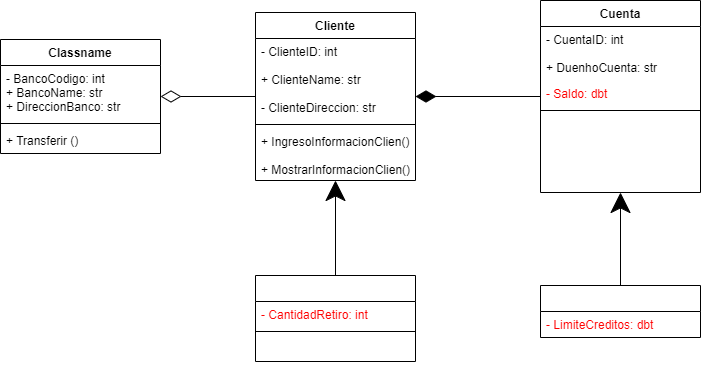
Alejandr0-Castillo/EjerciciosModelado keeps this draw.io diagram as Taller 3/Taller3.drawio.png. Above is the earlier version. Source tidied: cells renumbered, new cells last; positions are measured from the earlier drawing's top-left corner, leaving out a move shared by most shapes. The source it was exported from:
```xml
<mxGraphModel>
  <root>
    <mxCell id="0" />
    <mxCell id="1" parent="0" />
    <mxCell id="2" style="edgeStyle=none;html=1;fontColor=#FF0000;endArrow=diamondThin;endFill=1;endSize=18;" parent="1" edge="1" source="3" target="10">
      <mxGeometry relative="1" as="geometry" />
    </mxCell>
    <mxCell id="3" value="Cuenta" style="swimlane;fontStyle=1;align=center;verticalAlign=top;horizontal=1;startSize=26;" parent="1" vertex="1">
      <mxGeometry x="540" width="160" height="192" as="geometry" />
    </mxCell>
    <mxCell id="4" value="- CuentaID: int&#10;&#10;+ DuenhoCuenta: str&#10;&#10;" style="text;strokeColor=none;fillColor=none;align=left;verticalAlign=top;spacingLeft=4;spacingRight=4;overflow=hidden;" parent="3" vertex="1">
      <mxGeometry y="26" width="160" height="54" as="geometry" />
    </mxCell>
    <mxCell id="5" value="- Saldo: dbt" style="text;strokeColor=none;fillColor=none;align=left;verticalAlign=top;spacingLeft=4;spacingRight=4;overflow=hidden;fontColor=#FF0000;" parent="3" vertex="1">
      <mxGeometry y="80" width="160" height="26" as="geometry" />
    </mxCell>
    <mxCell id="6" style="line;strokeWidth=1;fillColor=none;align=left;verticalAlign=middle;spacingTop=-1;spacingLeft=3;spacingRight=3;labelPosition=right;strokeColor=inherit;" parent="3" vertex="1">
      <mxGeometry y="106" width="160" height="8" as="geometry" />
    </mxCell>
    <mxCell id="7" value="+ ConsultarSaldo ()&#10;&#10;+ DepositarDinero ()&#10;" style="text;strokeColor=none;fillColor=none;align=left;verticalAlign=top;spacingLeft=4;spacingRight=4;overflow=hidden;fontColor=#FFFFFF;" parent="3" vertex="1">
      <mxGeometry y="114" width="160" height="52" as="geometry" />
    </mxCell>
    <mxCell id="8" value="+ RetirarDinero ()" style="text;strokeColor=none;fillColor=none;align=left;verticalAlign=top;spacingLeft=4;spacingRight=4;overflow=hidden;fontColor=#FFFFFF;" parent="3" vertex="1">
      <mxGeometry y="166" width="160" height="26" as="geometry" />
    </mxCell>
    <mxCell id="9" style="edgeStyle=none;html=1;fontColor=#FF0000;endArrow=diamondThin;endFill=0;endSize=18;" parent="1" edge="1" source="10" target="15">
      <mxGeometry relative="1" as="geometry" />
    </mxCell>
    <mxCell id="10" value="Cliente" style="swimlane;fontStyle=1;align=center;verticalAlign=top;horizontal=1;startSize=26;" parent="1" vertex="1">
      <mxGeometry x="255" y="12" width="160" height="168" as="geometry" />
    </mxCell>
    <mxCell id="11" value="- ClienteID: int&#10;&#10;+ ClienteName: str&#10;&#10;- ClienteDireccion: str" style="text;strokeColor=none;fillColor=none;align=left;verticalAlign=top;spacingLeft=4;spacingRight=4;overflow=hidden;" parent="10" vertex="1">
      <mxGeometry y="26" width="160" height="82" as="geometry" />
    </mxCell>
    <mxCell id="12" style="line;strokeWidth=1;fillColor=none;align=left;verticalAlign=middle;spacingTop=-1;spacingLeft=3;spacingRight=3;labelPosition=right;strokeColor=inherit;" parent="10" vertex="1">
      <mxGeometry y="108" width="160" height="8" as="geometry" />
    </mxCell>
    <mxCell id="13" value="+ IngresoInformacionClien()&#10;&#10;+ MostrarInformacionClien()" style="text;strokeColor=none;fillColor=none;align=left;verticalAlign=top;spacingLeft=4;spacingRight=4;overflow=hidden;" parent="10" vertex="1">
      <mxGeometry y="116" width="160" height="52" as="geometry" />
    </mxCell>
    <mxCell id="14" style="edgeStyle=none;html=1;fontColor=#FF0000;endArrow=classic;endFill=1;endSize=18;" parent="1" edge="1" source="22" target="10">
      <mxGeometry relative="1" as="geometry" />
    </mxCell>
    <mxCell id="15" value="Classname" style="swimlane;fontStyle=1;align=center;verticalAlign=top;horizontal=1;startSize=26;" parent="1" vertex="1">
      <mxGeometry y="39" width="160" height="114" as="geometry" />
    </mxCell>
    <mxCell id="16" value="- BancoCodigo: int&#10;+ BancoName: str&#10;+ DireccionBanco: str" style="text;strokeColor=none;fillColor=none;align=left;verticalAlign=top;spacingLeft=4;spacingRight=4;overflow=hidden;" parent="15" vertex="1">
      <mxGeometry y="26" width="160" height="54" as="geometry" />
    </mxCell>
    <mxCell id="17" style="line;strokeWidth=1;fillColor=none;align=left;verticalAlign=middle;spacingTop=-1;spacingLeft=3;spacingRight=3;labelPosition=right;strokeColor=inherit;" parent="15" vertex="1">
      <mxGeometry y="80" width="160" height="8" as="geometry" />
    </mxCell>
    <mxCell id="18" value="+ Transferir ()" style="text;strokeColor=none;fillColor=none;align=left;verticalAlign=top;spacingLeft=4;spacingRight=4;overflow=hidden;" parent="15" vertex="1">
      <mxGeometry y="88" width="160" height="26" as="geometry" />
    </mxCell>
    <mxCell id="19" style="edgeStyle=none;html=1;fontColor=#FF0000;endArrow=classic;endFill=1;endSize=18;" parent="1" edge="1" source="20" target="3">
      <mxGeometry relative="1" as="geometry" />
    </mxCell>
    <mxCell id="20" value="Cuenta Corriente" style="swimlane;fontStyle=1;align=center;verticalAlign=top;horizontal=1;startSize=26;fontColor=#FFFFFF;" parent="1" vertex="1">
      <mxGeometry x="540" y="285" width="160" height="52" as="geometry" />
    </mxCell>
    <mxCell id="21" value="- LimiteCreditos: dbt" style="text;strokeColor=none;fillColor=none;align=left;verticalAlign=top;spacingLeft=4;spacingRight=4;overflow=hidden;fontColor=#FF0000;" parent="20" vertex="1">
      <mxGeometry y="26" width="160" height="26" as="geometry" />
    </mxCell>
    <mxCell id="22" value="Cuenta de Ahorro" style="swimlane;fontStyle=1;align=center;verticalAlign=top;horizontal=1;startSize=26;labelBorderColor=none;fontColor=#FFFFFF;" parent="1" vertex="1">
      <mxGeometry x="255" y="275" width="160" height="86" as="geometry" />
    </mxCell>
    <mxCell id="23" value="- CantidadRetiro: int" style="text;align=left;verticalAlign=top;spacingLeft=4;spacingRight=4;overflow=hidden;fontColor=#FF0000;" parent="22" vertex="1">
      <mxGeometry y="26" width="160" height="26" as="geometry" />
    </mxCell>
    <mxCell id="24" style="line;strokeWidth=1;fillColor=none;align=left;verticalAlign=middle;spacingTop=-1;spacingLeft=3;spacingRight=3;labelPosition=right;strokeColor=inherit;labelBorderColor=none;fontColor=none;" parent="22" vertex="1">
      <mxGeometry y="52" width="160" height="8" as="geometry" />
    </mxCell>
    <mxCell id="25" value="+ Retiro ()" style="text;strokeColor=none;fillColor=none;align=left;verticalAlign=top;spacingLeft=4;spacingRight=4;overflow=hidden;fontColor=#FFFFFF;labelBorderColor=none;" parent="22" vertex="1">
      <mxGeometry y="60" width="160" height="26" as="geometry" />
    </mxCell>
  </root>
</mxGraphModel>
```
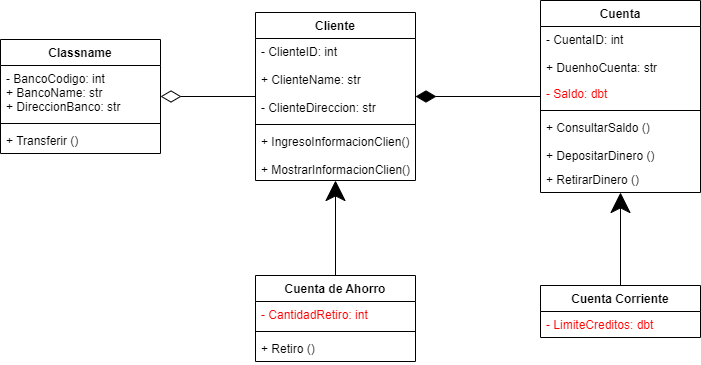
After the change.

Diff of the diagram source:
```diff
@@ -17,10 +17,10 @@
     <mxCell id="6" style="line;strokeWidth=1;fillColor=none;align=left;verticalAlign=middle;spacingTop=-1;spacingLeft=3;spacingRight=3;labelPosition=right;strokeColor=inherit;" parent="3" vertex="1">
       <mxGeometry y="106" width="160" height="8" as="geometry" />
     </mxCell>
-    <mxCell id="7" value="+ ConsultarSaldo ()&#10;&#10;+ DepositarDinero ()&#10;" style="text;strokeColor=none;fillColor=none;align=left;verticalAlign=top;spacingLeft=4;spacingRight=4;overflow=hidden;fontColor=#FFFFFF;" parent="3" vertex="1">
+    <mxCell id="7" value="+ ConsultarSaldo ()&#10;&#10;+ DepositarDinero ()&#10;" style="text;strokeColor=none;fillColor=none;align=left;verticalAlign=top;spacingLeft=4;spacingRight=4;overflow=hidden;fontColor=#000000;" parent="3" vertex="1">
       <mxGeometry y="114" width="160" height="52" as="geometry" />
     </mxCell>
-    <mxCell id="8" value="+ RetirarDinero ()" style="text;strokeColor=none;fillColor=none;align=left;verticalAlign=top;spacingLeft=4;spacingRight=4;overflow=hidden;fontColor=#FFFFFF;" parent="3" vertex="1">
+    <mxCell id="8" value="+ RetirarDinero ()" style="text;strokeColor=none;fillColor=none;align=left;verticalAlign=top;spacingLeft=4;spacingRight=4;overflow=hidden;fontColor=#000000;" parent="3" vertex="1">
       <mxGeometry y="166" width="160" height="26" as="geometry" />
     </mxCell>
     <mxCell id="9" style="edgeStyle=none;html=1;fontColor=#FF0000;endArrow=diamondThin;endFill=0;endSize=18;" parent="1" edge="1" source="10" target="15">
@@ -35,7 +35,7 @@
     <mxCell id="12" style="line;strokeWidth=1;fillColor=none;align=left;verticalAlign=middle;spacingTop=-1;spacingLeft=3;spacingRight=3;labelPosition=right;strokeColor=inherit;" parent="10" vertex="1">
       <mxGeometry y="108" width="160" height="8" as="geometry" />
     </mxCell>
-    <mxCell id="13" value="+ IngresoInformacionClien()&#10;&#10;+ MostrarInformacionClien()" style="text;strokeColor=none;fillColor=none;align=left;verticalAlign=top;spacingLeft=4;spacingRight=4;overflow=hidden;" parent="10" vertex="1">
+    <mxCell id="13" value="+ IngresoInformacionClien()&#10;&#10;+ MostrarInformacionClien()" style="text;strokeColor=none;fillColor=none;align=left;verticalAlign=top;spacingLeft=4;spacingRight=4;overflow=hidden;fontColor=#000000;" parent="10" vertex="1">
       <mxGeometry y="116" width="160" height="52" as="geometry" />
     </mxCell>
     <mxCell id="14" style="edgeStyle=none;html=1;fontColor=#FF0000;endArrow=classic;endFill=1;endSize=18;" parent="1" edge="1" source="22" target="10">
@@ -56,13 +56,13 @@
     <mxCell id="19" style="edgeStyle=none;html=1;fontColor=#FF0000;endArrow=classic;endFill=1;endSize=18;" parent="1" edge="1" source="20" target="3">
       <mxGeometry relative="1" as="geometry" />
     </mxCell>
-    <mxCell id="20" value="Cuenta Corriente" style="swimlane;fontStyle=1;align=center;verticalAlign=top;horizontal=1;startSize=26;fontColor=#FFFFFF;" parent="1" vertex="1">
+    <mxCell id="20" value="Cuenta Corriente" style="swimlane;fontStyle=1;align=center;verticalAlign=top;horizontal=1;startSize=26;fontColor=#000000;" parent="1" vertex="1">
       <mxGeometry x="540" y="285" width="160" height="52" as="geometry" />
     </mxCell>
     <mxCell id="21" value="- LimiteCreditos: dbt" style="text;strokeColor=none;fillColor=none;align=left;verticalAlign=top;spacingLeft=4;spacingRight=4;overflow=hidden;fontColor=#FF0000;" parent="20" vertex="1">
       <mxGeometry y="26" width="160" height="26" as="geometry" />
     </mxCell>
-    <mxCell id="22" value="Cuenta de Ahorro" style="swimlane;fontStyle=1;align=center;verticalAlign=top;horizontal=1;startSize=26;labelBorderColor=none;fontColor=#FFFFFF;" parent="1" vertex="1">
+    <mxCell id="22" value="Cuenta de Ahorro" style="swimlane;fontStyle=1;align=center;verticalAlign=top;horizontal=1;startSize=26;labelBorderColor=none;fontColor=#000000;" parent="1" vertex="1">
       <mxGeometry x="255" y="275" width="160" height="86" as="geometry" />
     </mxCell>
     <mxCell id="23" value="- CantidadRetiro: int" style="text;align=left;verticalAlign=top;spacingLeft=4;spacingRight=4;overflow=hidden;fontColor=#FF0000;" parent="22" vertex="1">
@@ -71,7 +71,7 @@
     <mxCell id="24" style="line;strokeWidth=1;fillColor=none;align=left;verticalAlign=middle;spacingTop=-1;spacingLeft=3;spacingRight=3;labelPosition=right;strokeColor=inherit;labelBorderColor=none;fontColor=none;" parent="22" vertex="1">
       <mxGeometry y="52" width="160" height="8" as="geometry" />
     </mxCell>
-    <mxCell id="25" value="+ Retiro ()" style="text;strokeColor=none;fillColor=none;align=left;verticalAlign=top;spacingLeft=4;spacingRight=4;overflow=hidden;fontColor=#FFFFFF;labelBorderColor=none;" parent="22" vertex="1">
+    <mxCell id="25" value="+ Retiro ()" style="text;strokeColor=none;fillColor=none;align=left;verticalAlign=top;spacingLeft=4;spacingRight=4;overflow=hidden;fontColor=#000000;labelBorderColor=none;" parent="22" vertex="1">
       <mxGeometry y="60" width="160" height="26" as="geometry" />
     </mxCell>
   </root>
```
